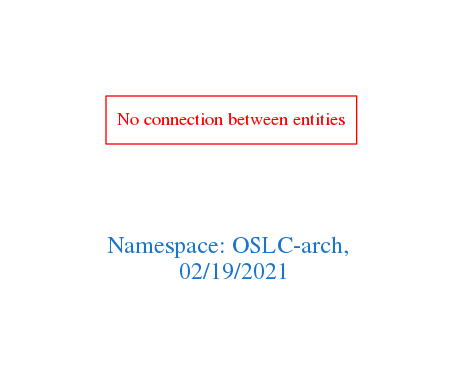
Before: downloads/OSLC-arch.png, a diagram exported from Graphviz (arago/OGIT). Its source is kept beside it as downloads/OSLC-arch.dot.
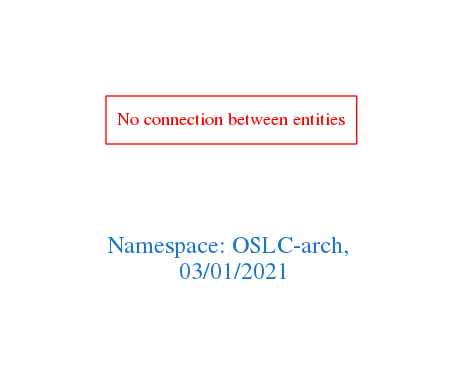
After the commit.

What changed in the source:
```diff
@@ -1,7 +1,7 @@
 digraph OGIT_ontology {
  graph [ rankdir= LR,pad=1
 fontsize = 18,
-fontcolor= dodgerblue3,label = "\n\n\nNamespace: OSLC-arch, \n 02/19/2021"];
+fontcolor= dodgerblue3,label = "\n\n\nNamespace: OSLC-arch, \n 03/01/2021"];
 node[shape=polygon];
 edge [  color="gray81"];
 
```
